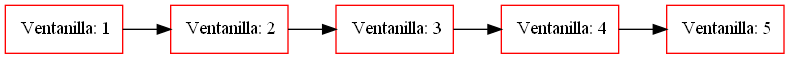
hugosmhd/EDD_UDRAWING_202002793 keeps this Graphviz diagram as ventanillas.png. Above is the earlier version. Its source is kept beside it as ventanillas.dot.
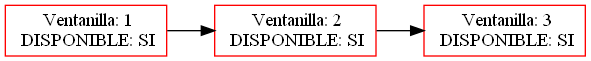
The same file after the commit.

The edit, as a diff of the source:
```diff
@@ -1,13 +1,9 @@
 digraph G {
 node[shape=box, color=red];
-nodo895328852[label=" Ventanilla: 1"]
-nodo1304836502[label=" Ventanilla: 2"]
-nodo225534817[label=" Ventanilla: 3"]
-nodo1878246837[label=" Ventanilla: 4"]
-nodo929338653[label=" Ventanilla: 5"]
-nodo895328852 -> nodo1304836502;
-nodo1304836502 -> nodo225534817;
-nodo225534817 -> nodo1878246837;
-nodo1878246837 -> nodo929338653;
+nodo325040804[label=" Ventanilla: 1\n DISPONIBLE: SI"]
+nodo1173230247[label=" Ventanilla: 2\n DISPONIBLE: SI"]
+nodo856419764[label=" Ventanilla: 3\n DISPONIBLE: SI"]
+nodo325040804 -> nodo1173230247;
+nodo1173230247 -> nodo856419764;
 rankdir=LR;
 }
```
